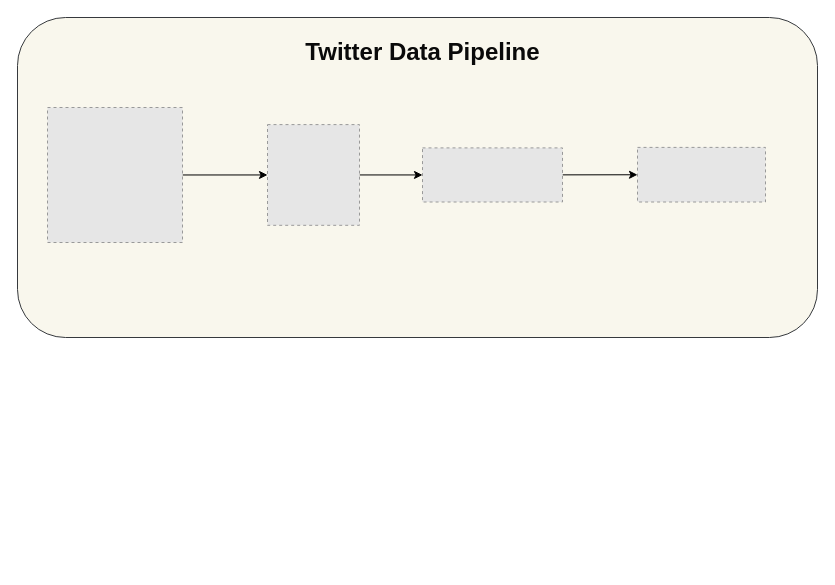
mikekenneth/airflow_minio_twitter_data_pipeline keeps this draw.io diagram as docs/architecture.drawio. Above is the earlier version. Source tidied: cells renumbered, new cells numbered last; positions are measured from the earlier drawing's top-left corner, leaving out a move shared by most shapes. Both pictures are drawn from the tidied source at 100%, with x=0, y=0 at pixel (17, 17). Pictures stored in the file or linked from it are replaced by grey dashed boxes.
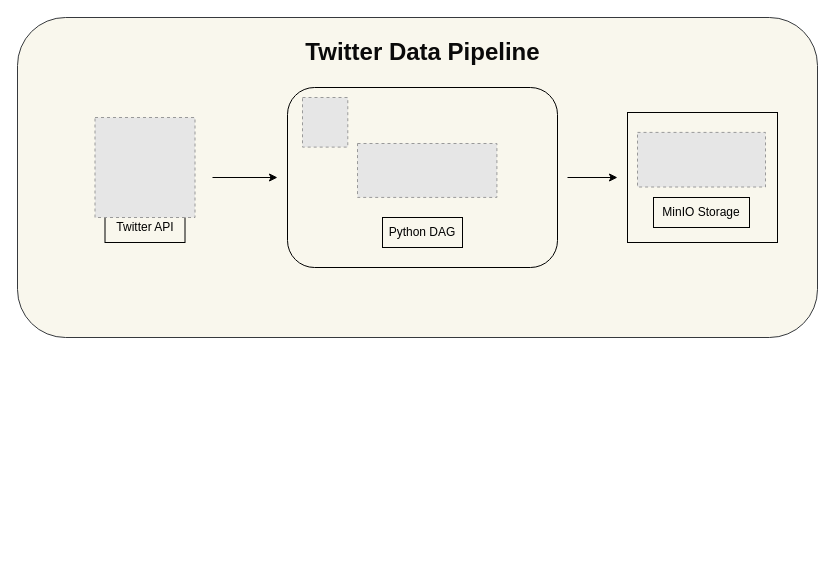
The same page after the edit.

What changed in the source:
```diff
@@
 <mxGraphModel>
   <root>
     <mxCell id="0" />
     <mxCell id="1" parent="0" />
     <mxCell id="2" style="rounded=1;whiteSpace=wrap;html=1;fillColor=#f9f7ed;strokeColor=#36393d;" parent="1" vertex="1">
       <mxGeometry width="800" height="320" as="geometry" />
     </mxCell>
+    <mxCell id="11" style="edgeStyle=none;html=1;fontColor=#000000;strokeColor=#000000;" parent="1" edge="1">
+      <mxGeometry relative="1" as="geometry">
+        <mxPoint x="195" y="160" as="sourcePoint" />
+        <mxPoint x="260" y="160" as="targetPoint" />
+      </mxGeometry>
+    </mxCell>
+    <mxCell id="10" value="&lt;h1&gt;&lt;font color=&quot;#0a0a0a&quot;&gt;&lt;b&gt;Twitter Data Pipeline&lt;/b&gt;&lt;/font&gt;&lt;/h1&gt;" style="text;html=1;strokeColor=none;fillColor=none;align=center;verticalAlign=middle;whiteSpace=wrap;rounded=0;" parent="1" vertex="1">
+      <mxGeometry x="273" y="20" width="265" height="30" as="geometry" />
+    </mxCell>
+    <mxCell id="12" value="Twitter API" style="text;html=1;align=center;verticalAlign=middle;whiteSpace=wrap;rounded=0;sketch=0;fillColor=none;strokeColor=#000000;fontColor=#000000;" parent="1" vertex="1">
+      <mxGeometry x="87.5" y="195" width="80" height="30" as="geometry" />
+    </mxCell>
+    <mxCell id="13" style="group;sketch=0;shadow=0;strokeColor=none;" parent="1" vertex="1">
+      <mxGeometry x="270" y="70" width="495" height="480" as="geometry" />
+    </mxCell>
+    <mxCell id="14" style="rounded=1;whiteSpace=wrap;html=1;sketch=0;fontColor=#000000;strokeColor=#000000;strokeWidth=1;fillColor=none;" parent="13" vertex="1">
+      <mxGeometry width="270" height="180" as="geometry" />
+    </mxCell>
+    <mxCell id="15" value="Python DAG" style="text;html=1;align=center;verticalAlign=middle;whiteSpace=wrap;rounded=0;sketch=0;fillColor=none;strokeColor=#000000;fontColor=#000000;" parent="13" vertex="1">
+      <mxGeometry x="95" y="130" width="80" height="30" as="geometry" />
+    </mxCell>
+    <mxCell id="16" style="fillColor=#E6E6E6;strokeColor=#999999;dashed=1;verticalLabelPosition=bottom;labelBackgroundColor=#ffffff;verticalAlign=top;" parent="13" vertex="1">
+      <mxGeometry x="70" y="56" width="139.4" height="53.9" as="geometry" />
+    </mxCell>
+    <mxCell id="17" style="fillColor=#E6E6E6;strokeColor=#999999;dashed=1;verticalLabelPosition=bottom;labelBackgroundColor=#ffffff;verticalAlign=top;" parent="13" vertex="1">
+      <mxGeometry x="15" y="10" width="45.3" height="49.6" as="geometry" />
+    </mxCell>
+    <mxCell id="18" style="group;" parent="1" vertex="1">
+      <mxGeometry x="610" y="95" width="150" height="130" as="geometry" />
+    </mxCell>
+    <mxCell id="19" style="rounded=0;whiteSpace=wrap;html=1;shadow=0;sketch=0;fontColor=#000000;strokeColor=#000000;strokeWidth=1;fillColor=none;" parent="18" vertex="1">
+      <mxGeometry width="150" height="130" as="geometry" />
+    </mxCell>
+    <mxCell id="20" style="group;" parent="18" vertex="1">
+      <mxGeometry x="10" y="19.9" width="128" height="95.1" as="geometry" />
+    </mxCell>
-    <mxCell id="3" style="fillColor=#E6E6E6;strokeColor=#999999;dashed=1;verticalLabelPosition=bottom;labelBackgroundColor=#ffffff;verticalAlign=top;" parent="1" vertex="1">
-      <mxGeometry x="620" y="129.9" width="128" height="54.6" as="geometry" />
+    <mxCell id="3" style="fillColor=#E6E6E6;strokeColor=#999999;dashed=1;verticalLabelPosition=bottom;labelBackgroundColor=#ffffff;verticalAlign=top;" parent="20" vertex="1">
+      <mxGeometry width="128" height="54.6" as="geometry" />
     </mxCell>
-    <mxCell id="4" style="edgeStyle=none;html=1;strokeColor=#000000;" parent="1" edge="1" source="5" target="3">
-      <mxGeometry relative="1" as="geometry" />
-    </mxCell>
-    <mxCell id="5" style="fillColor=#E6E6E6;strokeColor=#999999;dashed=1;verticalLabelPosition=bottom;labelBackgroundColor=#ffffff;verticalAlign=top;" parent="1" vertex="1">
-      <mxGeometry x="405" y="130.4" width="140" height="54.1" as="geometry" />
-    </mxCell>
-    <mxCell id="6" style="edgeStyle=none;html=1;strokeColor=#000000;" parent="1" edge="1" source="7" target="5">
-      <mxGeometry relative="1" as="geometry" />
-    </mxCell>
-    <mxCell id="7" style="fillColor=#E6E6E6;strokeColor=#999999;dashed=1;verticalLabelPosition=bottom;labelBackgroundColor=#ffffff;verticalAlign=top;" parent="1" vertex="1">
-      <mxGeometry x="250" y="107.1" width="92" height="100.7" as="geometry" />
-    </mxCell>
-    <mxCell id="8" style="edgeStyle=none;html=1;strokeColor=#000000;" parent="1" edge="1" source="9" target="7">
-      <mxGeometry relative="1" as="geometry" />
-    </mxCell>
-    <mxCell id="9" style="fillColor=#E6E6E6;strokeColor=#999999;dashed=1;verticalLabelPosition=bottom;labelBackgroundColor=#ffffff;verticalAlign=top;" parent="1" vertex="1">
-      <mxGeometry x="30" y="90" width="135" height="135" as="geometry" />
-    </mxCell>
-    <mxCell id="10" value="&lt;h1&gt;&lt;font color=&quot;#0a0a0a&quot;&gt;&lt;b&gt;Twitter Data Pipeline&lt;/b&gt;&lt;/font&gt;&lt;/h1&gt;" style="text;html=1;strokeColor=none;fillColor=none;align=center;verticalAlign=middle;whiteSpace=wrap;rounded=0;" parent="1" vertex="1">
-      <mxGeometry x="273" y="20" width="265" height="30" as="geometry" />
-    </mxCell>
+    <mxCell id="21" value="MinIO Storage" style="text;html=1;align=center;verticalAlign=middle;whiteSpace=wrap;rounded=0;sketch=0;fillColor=none;strokeColor=#000000;fontColor=#000000;" parent="20" vertex="1">
+      <mxGeometry x="16" y="65.1" width="96" height="30" as="geometry" />
+    </mxCell>
+    <mxCell id="22" style="edgeStyle=none;html=1;fontColor=#000000;strokeColor=#000000;" parent="1" edge="1">
+      <mxGeometry relative="1" as="geometry">
+        <mxPoint x="550" y="160" as="sourcePoint" />
+        <mxPoint x="600" y="160" as="targetPoint" />
+      </mxGeometry>
+    </mxCell>
+    <mxCell id="23" style="fillColor=#E6E6E6;strokeColor=#999999;dashed=1;verticalLabelPosition=bottom;labelBackgroundColor=#ffffff;verticalAlign=top;" parent="1" vertex="1">
+      <mxGeometry x="77.5" y="100" width="100" height="100" as="geometry" />
+    </mxCell>
   </root>
 </mxGraphModel>
```
